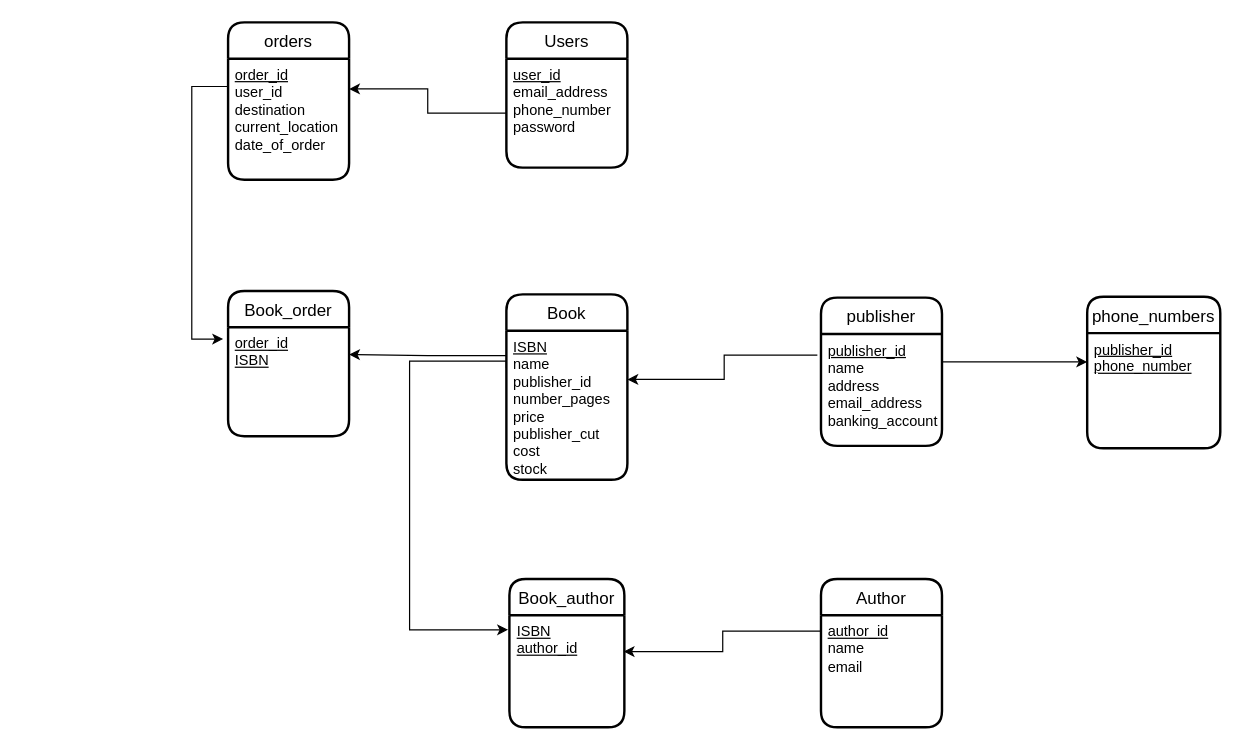
ianyau28/3005Lib keeps this draw.io diagram as Diagrams/LookInnaBookDiagram.drawio. Above is the earlier version. Source tidied: cells renumbered, new cells numbered last; positions are measured from the earlier drawing's top-left corner, leaving out a move shared by most shapes. Both pictures are drawn from the tidied source at 121%, with x=0, y=0 at pixel (191, 22).
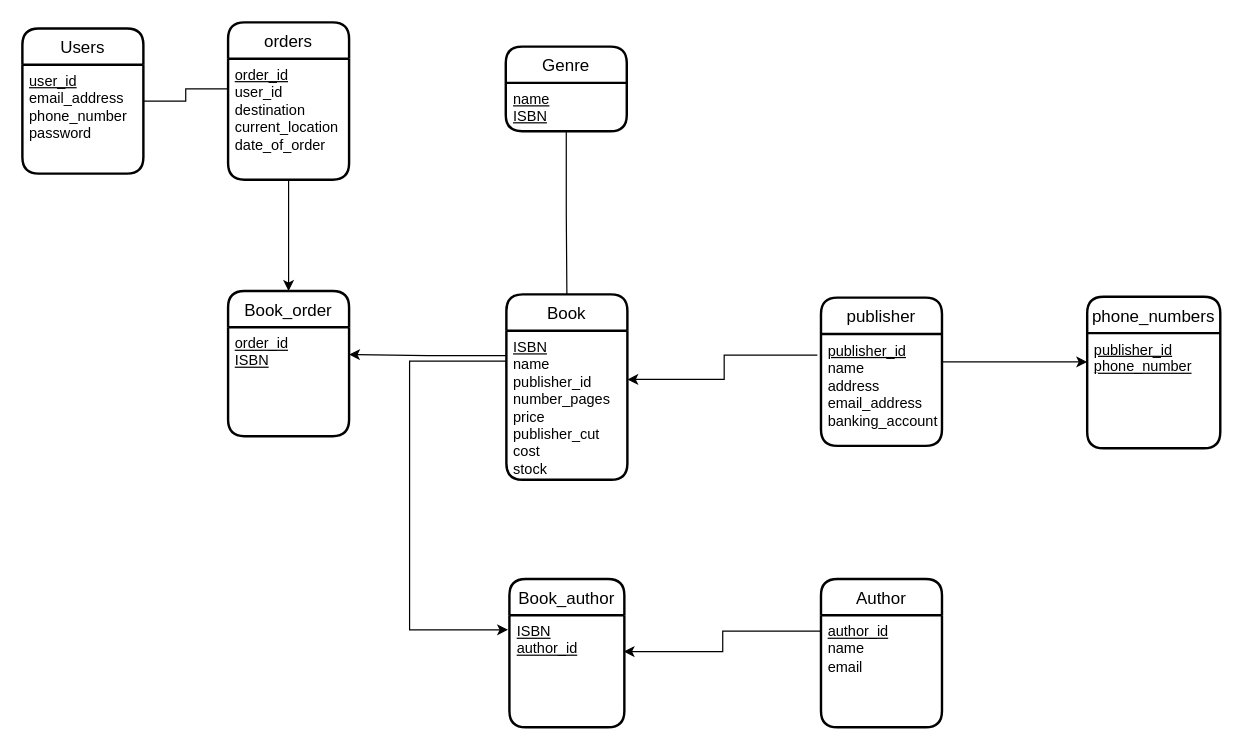
Above is the later version.

Unchanged cells that the change refers to:
```xml
<mxCell id="3" value="&lt;u&gt;order_id&lt;/u&gt;&lt;br&gt;user_id&lt;br&gt;destination&lt;br&gt;current_location&lt;br&gt;date_of_order" style="align=left;strokeColor=none;fillColor=none;spacingLeft=4;fontSize=12;verticalAlign=top;fontStyle=0;html=1;" parent="2" vertex="1">
  <mxGeometry y="30" width="100" height="100" as="geometry" />
</mxCell>
<mxCell id="5" value="Book" style="swimlane;horizontal=1;startSize=30;rounded=1;fontSize=14;fontStyle=0;strokeWidth=2;shadow=0;dashed=0;align=center;" parent="1" vertex="1">
  <mxGeometry x="260" y="224.8" width="100" height="153.2" as="geometry" />
</mxCell>
<mxCell id="8" value="&lt;u&gt;user_id&lt;/u&gt;&lt;br&gt;email_address&lt;br&gt;phone_number&lt;br&gt;password&lt;br&gt;" style="align=left;strokeColor=none;fillColor=none;spacingLeft=4;fontSize=12;verticalAlign=top;fontStyle=0;html=1;" parent="7" vertex="1">
  <mxGeometry y="30" width="100" height="90" as="geometry" />
</mxCell>
<mxCell id="9" value="Book_order" style="swimlane;horizontal=1;startSize=30;rounded=1;fontSize=14;fontStyle=0;strokeWidth=2;shadow=0;dashed=0;align=center;" parent="1" vertex="1">
  <mxGeometry x="30" y="222" width="100" height="120" as="geometry" />
</mxCell>
<mxCell id="10" value="&lt;u&gt;order_id&lt;br&gt;ISBN&lt;/u&gt;" style="align=left;strokeColor=none;fillColor=none;spacingLeft=4;fontSize=12;verticalAlign=top;html=1;" parent="9" vertex="1">
  <mxGeometry y="30" width="100" height="90" as="geometry" />
</mxCell>
```

The edit, as a diff of the source:
```diff
@@
+    <mxCell id="26" style="edgeStyle=orthogonalEdgeStyle;rounded=0;jettySize=auto;html=1;entryX=0;entryY=0.25;entryDx=0;entryDy=0;endArrow=none;endFill=0;" parent="1" edge="1" source="7" target="3">
+      <mxGeometry relative="1" as="geometry" />
+    </mxCell>
     <mxCell id="7" value="Users" style="swimlane;horizontal=1;startSize=30;rounded=1;fontSize=14;fontStyle=0;strokeWidth=2;shadow=0;dashed=0;align=center;" parent="1" vertex="1">
-      <mxGeometry x="260" width="100" height="120" as="geometry" />
+      <mxGeometry x="-140" y="5" width="100" height="120" as="geometry" />
     </mxCell>
@@
-    <mxCell id="11" style="edgeStyle=orthogonalEdgeStyle;rounded=0;jettySize=auto;html=1;exitX=0;exitY=0.25;exitDx=0;exitDy=0;entryX=-0.041;entryY=0.108;entryDx=0;entryDy=0;entryPerimeter=0;" parent="1" edge="1" source="3" target="10">
+    <mxCell id="11" style="edgeStyle=orthogonalEdgeStyle;rounded=0;jettySize=auto;html=1;exitX=0.5;exitY=1;exitDx=0;exitDy=0;entryX=0.5;entryY=0;entryDx=0;entryDy=0;" parent="1" edge="1" source="3" target="9">
       <mxGeometry relative="1" as="geometry">
         <Array as="points">
-          <mxPoint y="53" />
-          <mxPoint y="262" />
+          <mxPoint x="80" y="200" />
+          <mxPoint x="80" y="200" />
         </Array>
       </mxGeometry>
     </mxCell>
@@
-    <mxCell id="25" style="edgeStyle=orthogonalEdgeStyle;rounded=0;jettySize=auto;html=1;entryX=1;entryY=0.25;entryDx=0;entryDy=0;" parent="1" edge="1" source="8" target="3">
-      <mxGeometry relative="1" as="geometry" />
-    </mxCell>
+    <mxCell id="27" value="Genre" style="swimlane;horizontal=1;startSize=30;rounded=1;fontSize=14;fontStyle=0;strokeWidth=2;shadow=0;dashed=0;align=center;" parent="1" vertex="1">
+      <mxGeometry x="259.5" y="20" width="100" height="70" as="geometry" />
+    </mxCell>
+    <mxCell id="28" value="&lt;u&gt;name&lt;br&gt;ISBN&lt;br&gt;&lt;/u&gt;" style="align=left;strokeColor=none;fillColor=none;spacingLeft=4;fontSize=12;verticalAlign=top;html=1;" parent="27" vertex="1">
+      <mxGeometry y="30" width="100" height="40" as="geometry" />
+    </mxCell>
+    <mxCell id="29" style="edgeStyle=orthogonalEdgeStyle;rounded=0;jettySize=auto;html=1;entryX=0.5;entryY=0;entryDx=0;entryDy=0;endArrow=none;endFill=0;" parent="1" edge="1" source="28" target="5">
+      <mxGeometry relative="1" as="geometry" />
+    </mxCell>
```
